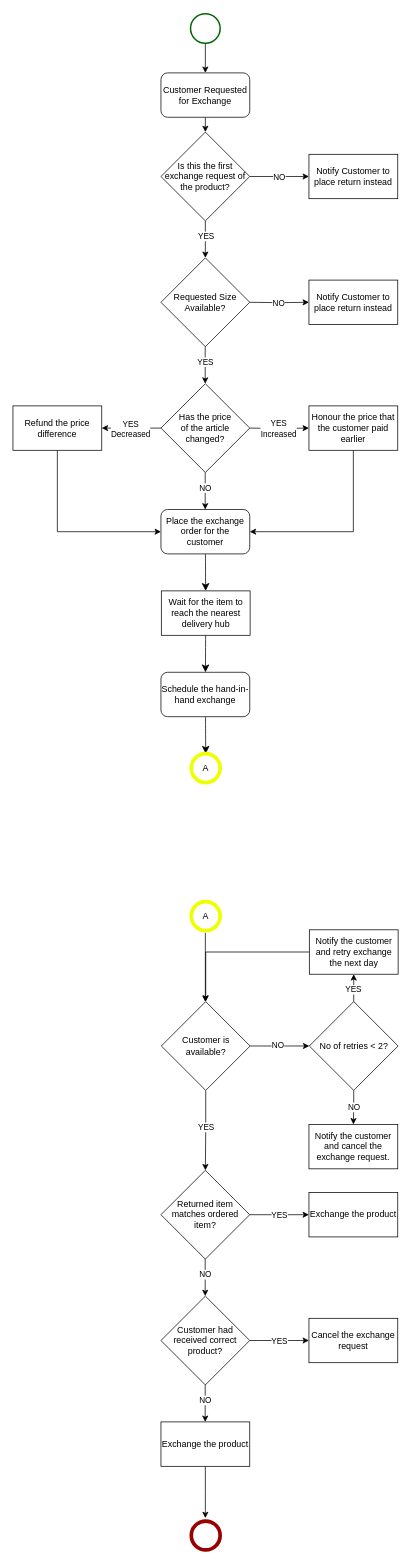
SaketNarayane/ProcessFlows keeps this draw.io diagram as Exchange.drawio. Above is the earlier version. Source tidied: cells renumbered, new cells numbered last; positions are measured from the earlier drawing's top-left corner, leaving out a move shared by most shapes. Both pictures are drawn from the tidied source at 74%, with x=0, y=0 at pixel (13, 13).
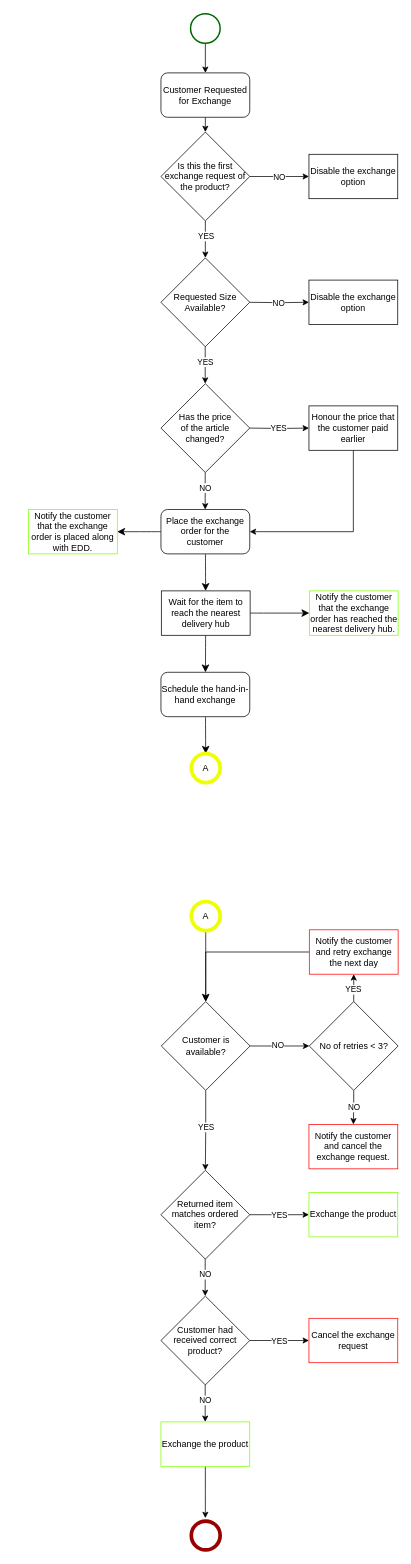
The same page after the edit.

Unchanged cells that the change refers to:
```xml
<mxCell id="20" value="Has the price&lt;br&gt;of the article&lt;br&gt;changed?" style="rhombus;whiteSpace=wrap;html=1;" parent="1" vertex="1">
  <mxGeometry x="200" y="500" width="120" height="120" as="geometry" />
</mxCell>
<mxCell id="21" style="edgeStyle=orthogonalEdgeStyle;rounded=0;jettySize=auto;html=1;exitX=1;exitY=0.5;exitDx=0;exitDy=0;entryX=0;entryY=0.5;entryDx=0;entryDy=0;" parent="1" edge="1" target="24">
  <mxGeometry relative="1" as="geometry">
    <mxPoint x="320" y="560" as="sourcePoint" />
  </mxGeometry>
</mxCell>
<mxCell id="30" value="Place the exchange order for the customer" style="rounded=1;whiteSpace=wrap;html=1;" parent="1" vertex="1">
  <mxGeometry x="200" y="670" width="120" height="60" as="geometry" />
</mxCell>
<mxCell id="50" value="Wait for the item to reach the nearest delivery hub" style="rounded=0;whiteSpace=wrap;html=1;" parent="1" vertex="1">
  <mxGeometry x="200.5" y="780" width="120" height="60" as="geometry" />
</mxCell>
<mxCell id="55" value="Customer is available?" style="rhombus;whiteSpace=wrap;html=1;" parent="1" vertex="1">
  <mxGeometry x="200.5" y="1335" width="120" height="120" as="geometry" />
</mxCell>
<mxCell id="65" value="A" style="shape=ellipse;html=1;dashed=0;whiteSpace=wrap;strokeWidth=5;perimeter=ellipsePerimeter;strokeColor=#eeff00;gradientColor=none;" parent="1" vertex="1">
  <mxGeometry x="241" y="1200" width="39" height="39" as="geometry" />
</mxCell>
```

Change to the diagram source:
```diff
@@
-    <mxCell id="11" value="Notify Customer to place return instead" style="whiteSpace=wrap;html=1;" parent="1" vertex="1">
+    <mxCell id="11" value="Disable the exchange option" style="whiteSpace=wrap;html=1;" parent="1" vertex="1">
       <mxGeometry x="400" y="190" width="120" height="60" as="geometry" />
     </mxCell>
@@
-    <mxCell id="15" value="Notify Customer to place return instead" style="whiteSpace=wrap;html=1;" parent="1" vertex="1">
+    <mxCell id="15" value="Disable the exchange option" style="whiteSpace=wrap;html=1;" parent="1" vertex="1">
       <mxGeometry x="400" y="360" width="120" height="60" as="geometry" />
     </mxCell>
@@
-    <mxCell id="18" style="edgeStyle=orthogonalEdgeStyle;rounded=0;jettySize=auto;html=1;" parent="1" edge="1" source="20" target="28">
-      <mxGeometry relative="1" as="geometry" />
-    </mxCell>
-    <mxCell id="19" value="YES&lt;br&gt;Decreased" style="edgeLabel;html=1;align=center;verticalAlign=middle;" parent="18" vertex="1">
-      <mxGeometry x="0.06" y="1" relative="1" as="geometry" />
-    </mxCell>
@@
-    <mxCell id="22" value="YES&lt;br&gt;Increased" style="edgeLabel;html=1;align=center;verticalAlign=middle;" parent="21" vertex="1">
+    <mxCell id="22" value="YES" style="edgeLabel;html=1;align=center;verticalAlign=middle;" parent="21" vertex="1">
       <mxGeometry x="-0.03" relative="1" as="geometry" />
     </mxCell>
@@
-    <mxCell id="27" style="edgeStyle=orthogonalEdgeStyle;rounded=0;jettySize=auto;html=1;exitX=0.5;exitY=1;exitDx=0;exitDy=0;entryX=0;entryY=0.5;entryDx=0;entryDy=0;" parent="1" edge="1" source="28" target="30">
-      <mxGeometry relative="1" as="geometry" />
-    </mxCell>
-    <mxCell id="28" value="Refund the price difference" style="whiteSpace=wrap;html=1;" parent="1" vertex="1">
-      <mxGeometry y="530" width="120" height="60" as="geometry" />
-    </mxCell>
@@
+    <mxCell id="66" style="edgeStyle=none;curved=1;rounded=0;jettySize=auto;html=1;exitX=0;exitY=0.5;exitDx=0;exitDy=0;entryX=1;entryY=0.5;entryDx=0;entryDy=0;fontSize=12;startSize=8;endSize=8;" parent="1" edge="1" source="30" target="69">
+      <mxGeometry relative="1" as="geometry" />
+    </mxCell>
@@
-    <mxCell id="31" style="edgeStyle=orthogonalEdgeStyle;rounded=0;jettySize=auto;html=1;" parent="1" edge="1" target="55">
-      <mxGeometry relative="1" as="geometry">
-        <mxPoint x="260" y="1242" as="sourcePoint" />
-      </mxGeometry>
-    </mxCell>
@@
-    <mxCell id="39" value="Exchange the product" style="whiteSpace=wrap;html=1;" parent="1" vertex="1">
+    <mxCell id="39" value="Exchange the product" style="whiteSpace=wrap;html=1;strokeColor=#80FF00;" parent="1" vertex="1">
       <mxGeometry x="400" y="1593" width="120" height="60" as="geometry" />
     </mxCell>
@@
-    <mxCell id="45" value="Cancel the exchange request" style="whiteSpace=wrap;html=1;" parent="1" vertex="1">
+    <mxCell id="45" value="Cancel the exchange request" style="whiteSpace=wrap;html=1;strokeColor=#FF0000;" parent="1" vertex="1">
       <mxGeometry x="400" y="1763" width="120" height="60" as="geometry" />
     </mxCell>
@@
-    <mxCell id="47" value="Exchange the product" style="whiteSpace=wrap;html=1;" parent="1" vertex="1">
+    <mxCell id="47" value="Exchange the product" style="whiteSpace=wrap;html=1;strokeColor=#80FF00;" parent="1" vertex="1">
       <mxGeometry x="200" y="1903" width="120" height="60" as="geometry" />
     </mxCell>
@@
+    <mxCell id="67" style="edgeStyle=none;curved=1;rounded=0;jettySize=auto;html=1;exitX=1;exitY=0.5;exitDx=0;exitDy=0;fontSize=12;startSize=8;endSize=8;" parent="1" edge="1" source="50" target="70">
+      <mxGeometry relative="1" as="geometry" />
+    </mxCell>
@@
-    <mxCell id="57" value="Notify the customer and retry exchange the next day" style="whiteSpace=wrap;html=1;" parent="1" vertex="1">
+    <mxCell id="57" value="Notify the customer and retry exchange the next day" style="whiteSpace=wrap;html=1;strokeColor=#FF0000;" parent="1" vertex="1">
       <mxGeometry x="400.5" y="1238" width="120" height="60" as="geometry" />
     </mxCell>
@@
-    <mxCell id="62" value="No of retries &amp;lt; 2?" style="rhombus;whiteSpace=wrap;html=1;" parent="1" vertex="1">
+    <mxCell id="62" value="No of retries &amp;lt; 3?" style="rhombus;whiteSpace=wrap;html=1;" parent="1" vertex="1">
       <mxGeometry x="400.5" y="1335" width="120" height="120" as="geometry" />
     </mxCell>
-    <mxCell id="63" value="Notify the customer and cancel the exchange request." style="whiteSpace=wrap;html=1;" parent="1" vertex="1">
+    <mxCell id="63" value="Notify the customer and cancel the exchange request." style="whiteSpace=wrap;html=1;strokeColor=#FF0000;" parent="1" vertex="1">
       <mxGeometry x="400" y="1501" width="120" height="60" as="geometry" />
     </mxCell>
@@
+    <mxCell id="68" style="edgeStyle=none;curved=1;rounded=0;jettySize=auto;html=1;fontSize=12;startSize=8;endSize=8;" parent="1" edge="1" source="65" target="55">
+      <mxGeometry relative="1" as="geometry" />
+    </mxCell>
@@
+    <mxCell id="69" value="Notify the customer that the exchange order is placed along with EDD." style="rounded=0;whiteSpace=wrap;html=1;strokeColor=#80FF00;" parent="1" vertex="1">
+      <mxGeometry x="21" y="670" width="120" height="60" as="geometry" />
+    </mxCell>
+    <mxCell id="70" value="Notify the customer that the exchange order has reached the nearest delivery hub." style="rounded=0;whiteSpace=wrap;html=1;strokeColor=#80FF00;" parent="1" vertex="1">
+      <mxGeometry x="400.5" y="780" width="120" height="60" as="geometry" />
+    </mxCell>
```
